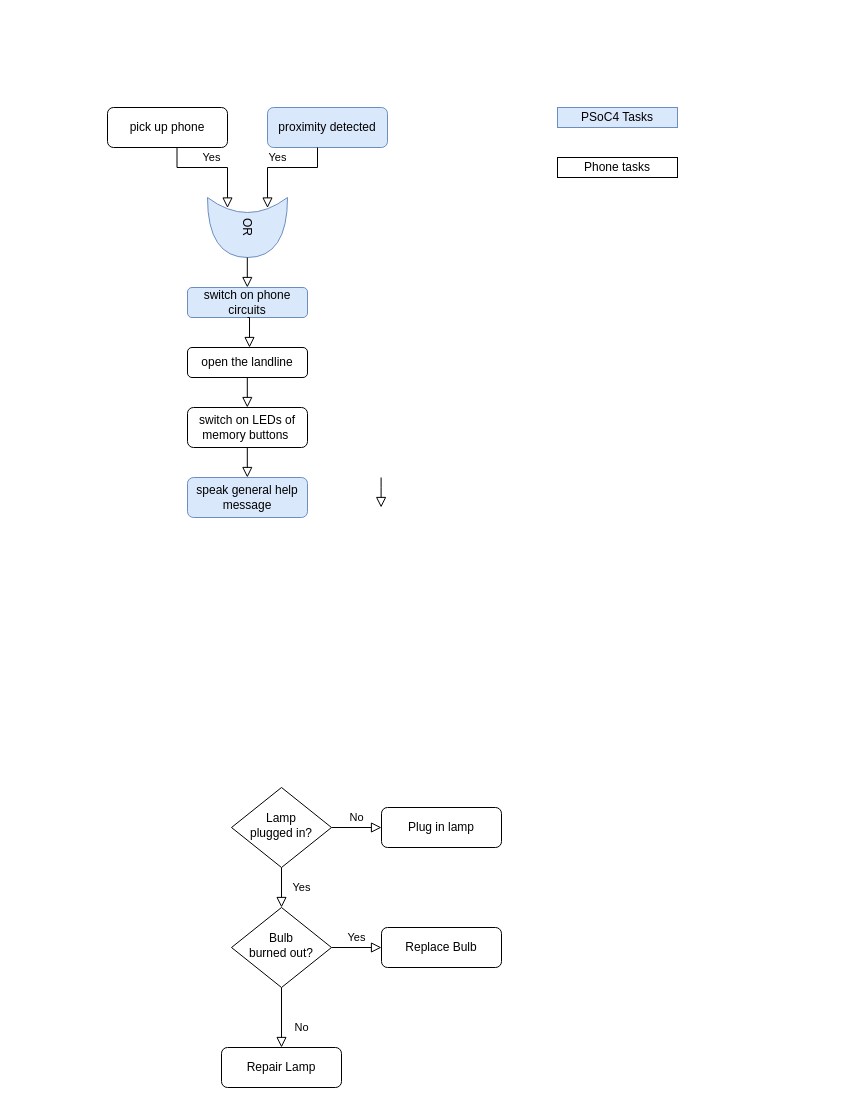
Before: doc/Speak2meFlow.drawio in myslide/speak2me, a draw.io diagram. Source tidied: cells renumbered, new cells numbered last; positions are measured from the earlier drawing's top-left corner, leaving out a move shared by most shapes. Both pictures are drawn from the tidied source at 100%, with x=0, y=0 at pixel (107, 107).
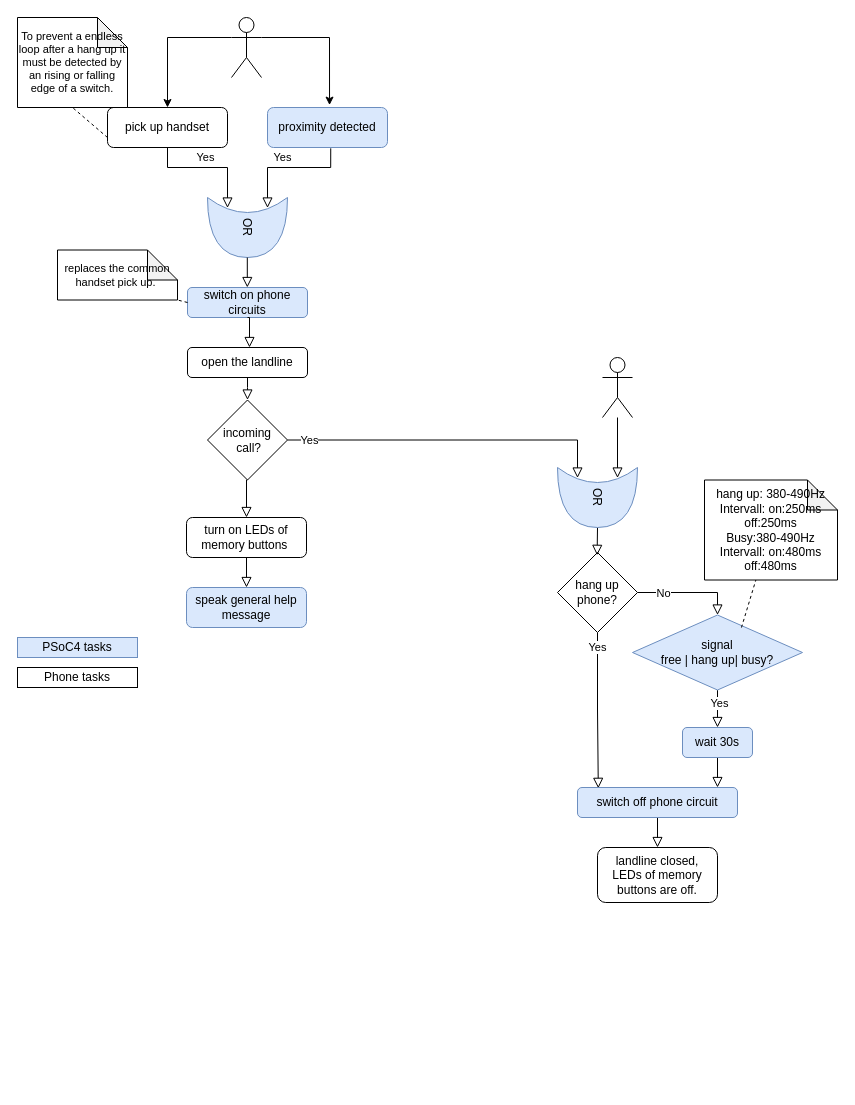
After the change.

Unchanged cells that the change refers to:
```xml
<mxCell id="12" value="&lt;div&gt;switch on phone circuits&lt;/div&gt;" style="rounded=1;whiteSpace=wrap;html=1;fillColor=#dae8fc;strokeColor=#6c8ebf;" parent="1" vertex="1">
  <mxGeometry x="80" y="180" width="120" height="30" as="geometry" />
</mxCell>
<mxCell id="13" value="&lt;div&gt;OR&lt;/div&gt;" style="shape=xor;whiteSpace=wrap;html=1;rotation=90;fillColor=#dae8fc;strokeColor=#6c8ebf;" parent="1" vertex="1">
  <mxGeometry x="110" y="80" width="60" height="80" as="geometry" />
</mxCell>
<mxCell id="15" value="proximity detected" style="rounded=1;whiteSpace=wrap;html=1;fillColor=#dae8fc;strokeColor=#6c8ebf;" parent="1" vertex="1">
  <mxGeometry x="160" width="120" height="40" as="geometry" />
</mxCell>
<mxCell id="20" value="open the landline" style="rounded=1;whiteSpace=wrap;html=1;" parent="1" vertex="1">
  <mxGeometry x="80" y="240" width="120" height="30" as="geometry" />
</mxCell>
```

The edit, as a diff of the source:
```diff
@@
-    <mxCell id="2" value="pick up phone" style="rounded=1;whiteSpace=wrap;html=1;fontSize=12;glass=0;strokeWidth=1;shadow=0;" parent="1" vertex="1">
+    <mxCell id="2" value="pick up handset" style="rounded=1;whiteSpace=wrap;html=1;fontSize=12;glass=0;strokeWidth=1;shadow=0;" parent="1" vertex="1">
       <mxGeometry width="120" height="40" as="geometry" />
     </mxCell>
-    <mxCell id="3" value="Yes" style="rounded=0;html=1;jettySize=auto;fontSize=11;endArrow=block;endFill=0;endSize=8;strokeWidth=1;shadow=0;labelBackgroundColor=none;edgeStyle=orthogonalEdgeStyle;" parent="1" edge="1" source="5" target="9">
-      <mxGeometry y="20" relative="1" as="geometry" />
-    </mxCell>
-    <mxCell id="4" value="No" style="edgeStyle=orthogonalEdgeStyle;rounded=0;html=1;jettySize=auto;fontSize=11;endArrow=block;endFill=0;endSize=8;strokeWidth=1;shadow=0;labelBackgroundColor=none;" parent="1" edge="1" source="5" target="6">
-      <mxGeometry y="10" relative="1" as="geometry" />
-    </mxCell>
-    <mxCell id="5" value="Lamp&lt;br&gt;plugged in?" style="rhombus;whiteSpace=wrap;html=1;shadow=0;fontFamily=Helvetica;fontSize=12;align=center;strokeWidth=1;spacing=6;spacingTop=-4;" parent="1" vertex="1">
-      <mxGeometry x="124" y="680" width="100" height="80" as="geometry" />
-    </mxCell>
-    <mxCell id="6" value="Plug in lamp" style="rounded=1;whiteSpace=wrap;html=1;fontSize=12;glass=0;strokeWidth=1;shadow=0;" parent="1" vertex="1">
-      <mxGeometry x="274" y="700" width="120" height="40" as="geometry" />
-    </mxCell>
-    <mxCell id="7" value="No" style="rounded=0;html=1;jettySize=auto;fontSize=11;endArrow=block;endFill=0;endSize=8;strokeWidth=1;shadow=0;labelBackgroundColor=none;edgeStyle=orthogonalEdgeStyle;" parent="1" edge="1" source="9" target="10">
-      <mxGeometry x="0.33" y="20" relative="1" as="geometry" />
-    </mxCell>
-    <mxCell id="8" value="Yes" style="edgeStyle=orthogonalEdgeStyle;rounded=0;html=1;jettySize=auto;fontSize=11;endArrow=block;endFill=0;endSize=8;strokeWidth=1;shadow=0;labelBackgroundColor=none;" parent="1" edge="1" source="9" target="11">
-      <mxGeometry y="10" relative="1" as="geometry" />
-    </mxCell>
-    <mxCell id="9" value="Bulb&lt;br&gt;burned out?" style="rhombus;whiteSpace=wrap;html=1;shadow=0;fontFamily=Helvetica;fontSize=12;align=center;strokeWidth=1;spacing=6;spacingTop=-4;" parent="1" vertex="1">
-      <mxGeometry x="124" y="800" width="100" height="80" as="geometry" />
-    </mxCell>
-    <mxCell id="10" value="Repair Lamp" style="rounded=1;whiteSpace=wrap;html=1;fontSize=12;glass=0;strokeWidth=1;shadow=0;" parent="1" vertex="1">
-      <mxGeometry x="114" y="940" width="120" height="40" as="geometry" />
-    </mxCell>
-    <mxCell id="11" value="Replace Bulb" style="rounded=1;whiteSpace=wrap;html=1;fontSize=12;glass=0;strokeWidth=1;shadow=0;" parent="1" vertex="1">
-      <mxGeometry x="274" y="820" width="120" height="40" as="geometry" />
-    </mxCell>
@@
     <mxCell id="14" value="speak general help message" style="rounded=1;whiteSpace=wrap;html=1;fillColor=#dae8fc;strokeColor=#6c8ebf;" parent="1" vertex="1">
-      <mxGeometry x="80" y="370" width="120" height="40" as="geometry" />
+      <mxGeometry x="79" y="480" width="120" height="40" as="geometry" />
     </mxCell>
@@
-    <mxCell id="17" value="Yes" style="rounded=0;html=1;jettySize=auto;fontSize=11;endArrow=block;endFill=0;endSize=8;strokeWidth=1;shadow=0;labelBackgroundColor=none;edgeStyle=orthogonalEdgeStyle;entryX=0.175;entryY=0.75;entryDx=0;entryDy=0;entryPerimeter=0;" parent="1" edge="1" target="13">
+    <mxCell id="17" value="Yes" style="rounded=0;html=1;jettySize=auto;fontSize=11;endArrow=block;endFill=0;endSize=8;strokeWidth=1;shadow=0;labelBackgroundColor=none;edgeStyle=orthogonalEdgeStyle;entryX=0.175;entryY=0.75;entryDx=0;entryDy=0;entryPerimeter=0;exitX=0.5;exitY=1;exitDx=0;exitDy=0;" parent="1" edge="1" source="2" target="13">
       <mxGeometry x="-0.03" y="10" relative="1" as="geometry">
-        <mxPoint x="69.5" y="40" as="sourcePoint" />
         <Array as="points">
-          <mxPoint x="70" y="60" />
+          <mxPoint x="60" y="60" />
           <mxPoint x="120" y="60" />
         </Array>
       </mxGeometry>
     </mxCell>
-    <mxCell id="18" value="Yes" style="rounded=0;html=1;jettySize=auto;fontSize=11;endArrow=block;endFill=0;endSize=8;strokeWidth=1;shadow=0;labelBackgroundColor=none;edgeStyle=orthogonalEdgeStyle;entryX=0.175;entryY=0.25;entryDx=0;entryDy=0;entryPerimeter=0;" parent="1" edge="1" target="13">
+    <mxCell id="18" value="Yes" style="rounded=0;html=1;jettySize=auto;fontSize=11;endArrow=block;endFill=0;endSize=8;strokeWidth=1;shadow=0;labelBackgroundColor=none;edgeStyle=orthogonalEdgeStyle;entryX=0.175;entryY=0.25;entryDx=0;entryDy=0;entryPerimeter=0;exitX=0.527;exitY=1.02;exitDx=0;exitDy=0;exitPerimeter=0;" parent="1" edge="1" source="15" target="13">
       <mxGeometry x="0.09" y="-10" relative="1" as="geometry">
-        <mxPoint x="210" y="40" as="sourcePoint" />
         <Array as="points">
-          <mxPoint x="210" y="60" />
+          <mxPoint x="223" y="60" />
           <mxPoint x="160" y="60" />
         </Array>
       </mxGeometry>
     </mxCell>
@@
+    <mxCell id="27" style="edgeStyle=orthogonalEdgeStyle;rounded=0;jettySize=auto;html=1;exitX=0.5;exitY=1;exitDx=0;exitDy=0;labelBackgroundColor=none;endArrow=block;endFill=0;endSize=8;strokeWidth=1;shadow=0;" parent="1" edge="1" source="20" target="53">
+      <mxGeometry relative="1" as="geometry">
+        <Array as="points">
+          <mxPoint x="140" y="280" />
+          <mxPoint x="140" y="280" />
+        </Array>
+      </mxGeometry>
+    </mxCell>
@@
+    <mxCell id="28" style="edgeStyle=orthogonalEdgeStyle;shape=connector;rounded=0;jettySize=auto;html=1;exitX=0.5;exitY=1;exitDx=0;exitDy=0;entryX=0.5;entryY=0;entryDx=0;entryDy=0;shadow=0;labelBackgroundColor=none;strokeColor=default;strokeWidth=1;fontFamily=Helvetica;fontSize=11;fontColor=default;endArrow=block;endFill=0;endSize=8;" parent="1" edge="1" source="21" target="14">
+      <mxGeometry relative="1" as="geometry" />
+    </mxCell>
-    <mxCell id="21" value="switch on LEDs of memory buttons&amp;nbsp;" style="rounded=1;whiteSpace=wrap;html=1;" parent="1" vertex="1">
-      <mxGeometry x="80" y="300" width="120" height="40" as="geometry" />
+    <mxCell id="21" value="turn on LEDs of memory buttons&amp;nbsp;" style="rounded=1;whiteSpace=wrap;html=1;" parent="1" vertex="1">
+      <mxGeometry x="79" y="410" width="120" height="40" as="geometry" />
     </mxCell>
-    <mxCell id="22" style="rounded=0;html=1;jettySize=auto;orthogonalLoop=1;fontSize=11;endArrow=block;endFill=0;endSize=8;strokeWidth=1;shadow=0;labelBackgroundColor=none;edgeStyle=orthogonalEdgeStyle;entryX=0.175;entryY=0.75;entryDx=0;entryDy=0;entryPerimeter=0;" parent="1" edge="1">
-      <mxGeometry relative="1" as="geometry">
-        <mxPoint x="139.8" y="340" as="sourcePoint" />
-        <mxPoint x="139.8" y="370" as="targetPoint" />
-        <Array as="points">
-          <mxPoint x="139.8" y="360" />
-          <mxPoint x="139.8" y="360" />
-        </Array>
-      </mxGeometry>
-    </mxCell>
-    <mxCell id="23" style="rounded=0;html=1;jettySize=auto;orthogonalLoop=1;fontSize=11;endArrow=block;endFill=0;endSize=8;strokeWidth=1;shadow=0;labelBackgroundColor=none;edgeStyle=orthogonalEdgeStyle;entryX=0.175;entryY=0.75;entryDx=0;entryDy=0;entryPerimeter=0;" parent="1" edge="1">
-      <mxGeometry relative="1" as="geometry">
-        <mxPoint x="273.6" y="370" as="sourcePoint" />
-        <mxPoint x="273.6" y="400" as="targetPoint" />
-        <Array as="points">
-          <mxPoint x="273.6" y="380" />
-          <mxPoint x="273.6" y="380" />
-        </Array>
-      </mxGeometry>
-    </mxCell>
-    <mxCell id="24" style="rounded=0;html=1;jettySize=auto;orthogonalLoop=1;fontSize=11;endArrow=block;endFill=0;endSize=8;strokeWidth=1;shadow=0;labelBackgroundColor=none;edgeStyle=orthogonalEdgeStyle;entryX=0.175;entryY=0.75;entryDx=0;entryDy=0;entryPerimeter=0;" parent="1" edge="1">
-      <mxGeometry relative="1" as="geometry">
-        <mxPoint x="139.8" y="270" as="sourcePoint" />
-        <mxPoint x="139.8" y="300" as="targetPoint" />
-      </mxGeometry>
-    </mxCell>
-    <mxCell id="25" value="&lt;div&gt;PSoC4 Tasks&lt;/div&gt;" style="rounded=0;whiteSpace=wrap;html=1;fillColor=#dae8fc;strokeColor=#6c8ebf;" parent="1" vertex="1">
-      <mxGeometry x="450" width="120" height="20" as="geometry" />
+    <mxCell id="25" value="&lt;div&gt;PSoC4 tasks&lt;/div&gt;" style="rounded=0;whiteSpace=wrap;html=1;fillColor=#dae8fc;strokeColor=#6c8ebf;" parent="1" vertex="1">
+      <mxGeometry x="-90" y="530" width="120" height="20" as="geometry" />
     </mxCell>
     <mxCell id="26" value="Phone tasks" style="rounded=0;whiteSpace=wrap;html=1;" parent="1" vertex="1">
-      <mxGeometry x="450" y="50" width="120" height="20" as="geometry" />
+      <mxGeometry x="-90" y="560" width="120" height="20" as="geometry" />
     </mxCell>
+    <mxCell id="29" style="rounded=0;html=1;jettySize=auto;fontSize=11;endArrow=block;endFill=0;endSize=8;strokeWidth=1;shadow=0;labelBackgroundColor=none;edgeStyle=orthogonalEdgeStyle;entryX=0.5;entryY=0;entryDx=0;entryDy=0;exitX=1;exitY=0.5;exitDx=0;exitDy=0;" parent="1" edge="1" source="39" target="36">
+      <mxGeometry relative="1" as="geometry" />
+    </mxCell>
+    <mxCell id="30" value="&lt;div&gt;No&lt;/div&gt;" style="edgeLabel;html=1;align=center;verticalAlign=middle;" parent="29" vertex="1">
+      <mxGeometry x="-0.52" relative="1" as="geometry" />
+    </mxCell>
+    <mxCell id="31" style="rounded=0;html=1;jettySize=auto;fontSize=11;endArrow=block;endFill=0;endSize=8;strokeWidth=1;shadow=0;labelBackgroundColor=none;edgeStyle=orthogonalEdgeStyle;entryX=0.875;entryY=0;entryDx=0;entryDy=0;entryPerimeter=0;" parent="1" edge="1" source="32" target="47">
+      <mxGeometry relative="1" as="geometry" />
+    </mxCell>
+    <mxCell id="32" value="wait 30s" style="rounded=1;whiteSpace=wrap;html=1;fillColor=#dae8fc;strokeColor=#6c8ebf;" parent="1" vertex="1">
+      <mxGeometry x="575" y="620" width="70" height="30" as="geometry" />
+    </mxCell>
+    <mxCell id="33" value="&lt;div&gt;hang up: 380-490Hz&lt;/div&gt;&lt;div&gt;Intervall: on:250ms&lt;/div&gt;&lt;div&gt;off:250ms&lt;/div&gt;&lt;div&gt;Busy:380-490Hz&lt;div&gt;Intervall: on:480ms&lt;/div&gt;&lt;div&gt;off:480ms&lt;/div&gt; &lt;/div&gt;" style="shape=note;whiteSpace=wrap;html=1;backgroundOutline=1;darkOpacity=0.05;" parent="1" vertex="1">
+      <mxGeometry x="597" y="372.5" width="133" height="100" as="geometry" />
+    </mxCell>
+    <mxCell id="34" style="rounded=0;html=1;jettySize=auto;fontSize=11;endArrow=block;endFill=0;endSize=8;strokeWidth=1;shadow=0;labelBackgroundColor=none;edgeStyle=orthogonalEdgeStyle;" parent="1" edge="1" source="36" target="32">
+      <mxGeometry relative="1" as="geometry">
+        <Array as="points">
+          <mxPoint x="610" y="600" />
+          <mxPoint x="610" y="600" />
+        </Array>
+      </mxGeometry>
+    </mxCell>
+    <mxCell id="35" value="Yes" style="edgeLabel;html=1;align=center;verticalAlign=middle;" parent="34" vertex="1">
+      <mxGeometry x="-0.3" y="1" relative="1" as="geometry" />
+    </mxCell>
+    <mxCell id="36" value="&lt;div&gt;signal&lt;br&gt;&lt;/div&gt;&lt;div&gt;free | hang up| busy?&lt;/div&gt;" style="rhombus;whiteSpace=wrap;html=1;fillColor=#dae8fc;strokeColor=#6c8ebf;" parent="1" vertex="1">
+      <mxGeometry x="525" y="507.5" width="170" height="75" as="geometry" />
+    </mxCell>
+    <mxCell id="37" style="rounded=0;html=1;jettySize=auto;fontSize=11;endArrow=block;endFill=0;endSize=8;strokeWidth=1;shadow=0;labelBackgroundColor=none;edgeStyle=orthogonalEdgeStyle;entryX=0.13;entryY=0.027;entryDx=0;entryDy=0;entryPerimeter=0;" parent="1" edge="1" source="39" target="47">
+      <mxGeometry relative="1" as="geometry" />
+    </mxCell>
+    <mxCell id="38" value="Yes" style="edgeLabel;html=1;align=center;verticalAlign=middle;" parent="37" vertex="1">
+      <mxGeometry x="-0.82" y="-1" relative="1" as="geometry" />
+    </mxCell>
+    <mxCell id="39" value="hang up phone?" style="rhombus;whiteSpace=wrap;html=1;" parent="1" vertex="1">
+      <mxGeometry x="450" y="445" width="80" height="80" as="geometry" />
+    </mxCell>
+    <mxCell id="40" style="rounded=0;html=1;jettySize=auto;fontSize=11;endArrow=block;endFill=0;endSize=8;strokeWidth=1;shadow=0;labelBackgroundColor=none;edgeStyle=orthogonalEdgeStyle;entryX=0.495;entryY=0.035;entryDx=0;entryDy=0;entryPerimeter=0;exitX=1;exitY=0.5;exitDx=0;exitDy=0;exitPerimeter=0;" parent="1" edge="1" source="56" target="39">
+      <mxGeometry relative="1" as="geometry" />
+    </mxCell>
+    <mxCell id="41" style="edgeStyle=orthogonalEdgeStyle;shape=connector;rounded=0;jettySize=auto;html=1;entryX=0.175;entryY=0.25;entryDx=0;entryDy=0;entryPerimeter=0;shadow=0;labelBackgroundColor=none;strokeColor=default;strokeWidth=1;fontFamily=Helvetica;fontSize=11;fontColor=default;endArrow=block;endFill=0;endSize=8;" parent="1" edge="1" source="42" target="56">
+      <mxGeometry relative="1" as="geometry" />
+    </mxCell>
+    <mxCell id="42" style="shape=umlActor;verticalLabelPosition=bottom;verticalAlign=top;html=1;outlineConnect=0;" parent="1" vertex="1">
+      <mxGeometry x="495" y="250" width="30" height="60" as="geometry" />
+    </mxCell>
+    <mxCell id="43" style="edgeStyle=orthogonalEdgeStyle;rounded=0;jettySize=auto;html=1;exitX=0;exitY=0.3333333333333333;exitDx=0;exitDy=0;exitPerimeter=0;" parent="1" edge="1" source="45" target="2">
+      <mxGeometry relative="1" as="geometry">
+        <Array as="points">
+          <mxPoint x="60" y="-70" />
+        </Array>
+      </mxGeometry>
+    </mxCell>
+    <mxCell id="44" style="edgeStyle=orthogonalEdgeStyle;rounded=0;jettySize=auto;html=1;exitX=1;exitY=0.3333333333333333;exitDx=0;exitDy=0;exitPerimeter=0;entryX=0.517;entryY=-0.06;entryDx=0;entryDy=0;entryPerimeter=0;" parent="1" edge="1" source="45" target="15">
+      <mxGeometry relative="1" as="geometry" />
+    </mxCell>
+    <mxCell id="45" style="shape=umlActor;verticalLabelPosition=bottom;verticalAlign=top;html=1;outlineConnect=0;" parent="1" vertex="1">
+      <mxGeometry x="124" y="-90" width="30" height="60" as="geometry" />
+    </mxCell>
+    <mxCell id="46" style="edgeStyle=orthogonalEdgeStyle;shape=connector;rounded=0;jettySize=auto;html=1;shadow=0;labelBackgroundColor=none;strokeColor=default;strokeWidth=1;fontFamily=Helvetica;fontSize=11;fontColor=default;endArrow=block;endFill=0;endSize=8;" parent="1" edge="1" source="47" target="48">
+      <mxGeometry relative="1" as="geometry" />
+    </mxCell>
+    <mxCell id="47" value="switch off phone circuit" style="rounded=1;whiteSpace=wrap;html=1;fillColor=#dae8fc;strokeColor=#6c8ebf;" parent="1" vertex="1">
+      <mxGeometry x="470" y="680" width="160" height="30" as="geometry" />
+    </mxCell>
+    <mxCell id="48" value="&lt;div&gt;landline closed, &lt;br&gt;&lt;/div&gt;&lt;div&gt;LEDs of memory buttons are off.&lt;/div&gt;" style="rounded=1;whiteSpace=wrap;html=1;" parent="1" vertex="1">
+      <mxGeometry x="490" y="740" width="120" height="55" as="geometry" />
+    </mxCell>
+    <mxCell id="49" style="endArrow=none;dashed=1;html=1;rounded=0;exitX=0.641;exitY=0.167;exitDx=0;exitDy=0;exitPerimeter=0;" parent="1" edge="1" source="36" target="33">
+      <mxGeometry relative="1" as="geometry" />
+    </mxCell>
+    <mxCell id="50" style="edgeStyle=orthogonalEdgeStyle;shape=connector;rounded=0;jettySize=auto;html=1;exitX=1;exitY=0.5;exitDx=0;exitDy=0;entryX=0.175;entryY=0.75;entryDx=0;entryDy=0;entryPerimeter=0;shadow=0;labelBackgroundColor=none;strokeColor=default;strokeWidth=1;fontFamily=Helvetica;fontSize=11;fontColor=default;endArrow=block;endFill=0;endSize=8;" parent="1" edge="1" source="53" target="56">
+      <mxGeometry relative="1" as="geometry">
+        <Array as="points">
+          <mxPoint x="470" y="332" />
+        </Array>
+      </mxGeometry>
+    </mxCell>
+    <mxCell id="51" value="Yes" style="edgeLabel;html=1;align=center;verticalAlign=middle;fontSize=11;fontFamily=Helvetica;fontColor=default;" parent="50" vertex="1">
+      <mxGeometry x="-0.55" y="-2" relative="1" as="geometry">
+        <mxPoint x="-53" y="-2" as="offset" />
+      </mxGeometry>
+    </mxCell>
+    <mxCell id="52" style="edgeStyle=orthogonalEdgeStyle;shape=connector;rounded=0;jettySize=auto;html=1;exitX=0.5;exitY=1;exitDx=0;exitDy=0;entryX=0.5;entryY=0;entryDx=0;entryDy=0;shadow=0;labelBackgroundColor=none;strokeColor=default;strokeWidth=1;fontFamily=Helvetica;fontSize=11;fontColor=default;endArrow=block;endFill=0;endSize=8;" parent="1" edge="1" source="53" target="21">
+      <mxGeometry relative="1" as="geometry" />
+    </mxCell>
+    <mxCell id="53" value="&lt;div&gt;incoming&lt;/div&gt;&lt;div&gt;&amp;nbsp;call?&lt;/div&gt;" style="rhombus;whiteSpace=wrap;html=1;" parent="1" vertex="1">
+      <mxGeometry x="100" y="292.5" width="80" height="80" as="geometry" />
+    </mxCell>
+    <mxCell id="54" value="replaces the common handset pick up.&amp;nbsp; " style="shape=note;whiteSpace=wrap;html=1;backgroundOutline=1;darkOpacity=0.05;fontFamily=Helvetica;fontSize=11;fontColor=default;" parent="1" vertex="1">
+      <mxGeometry x="-50" y="142.5" width="120" height="50" as="geometry" />
+    </mxCell>
+    <mxCell id="55" style="endArrow=none;dashed=1;html=1;rounded=0;shadow=0;labelBackgroundColor=none;strokeColor=default;strokeWidth=1;fontFamily=Helvetica;fontSize=11;fontColor=default;endSize=8;shape=connector;exitX=0;exitY=0.5;exitDx=0;exitDy=0;entryX=1;entryY=1;entryDx=0;entryDy=0;entryPerimeter=0;" parent="1" edge="1" source="12" target="54">
+      <mxGeometry relative="1" as="geometry" />
+    </mxCell>
+    <mxCell id="56" value="&lt;div&gt;OR&lt;/div&gt;" style="shape=xor;whiteSpace=wrap;html=1;rotation=90;fillColor=#dae8fc;strokeColor=#6c8ebf;" parent="1" vertex="1">
+      <mxGeometry x="460" y="350" width="60" height="80" as="geometry" />
+    </mxCell>
+    <mxCell id="57" value="To prevent a endless loop after a hang up it must be detected by an rising or falling edge of a switch." style="shape=note;whiteSpace=wrap;html=1;backgroundOutline=1;darkOpacity=0.05;fontFamily=Helvetica;fontSize=11;fontColor=default;" parent="1" vertex="1">
+      <mxGeometry x="-90" y="-90" width="110" height="90" as="geometry" />
+    </mxCell>
+    <mxCell id="58" style="endArrow=none;dashed=1;html=1;rounded=0;shadow=0;labelBackgroundColor=none;strokeColor=default;strokeWidth=1;fontFamily=Helvetica;fontSize=11;fontColor=default;endSize=8;shape=connector;entryX=0.5;entryY=1;entryDx=0;entryDy=0;entryPerimeter=0;exitX=0;exitY=0.75;exitDx=0;exitDy=0;" parent="1" edge="1" source="2" target="57">
+      <mxGeometry relative="1" as="geometry" />
+    </mxCell>
```
